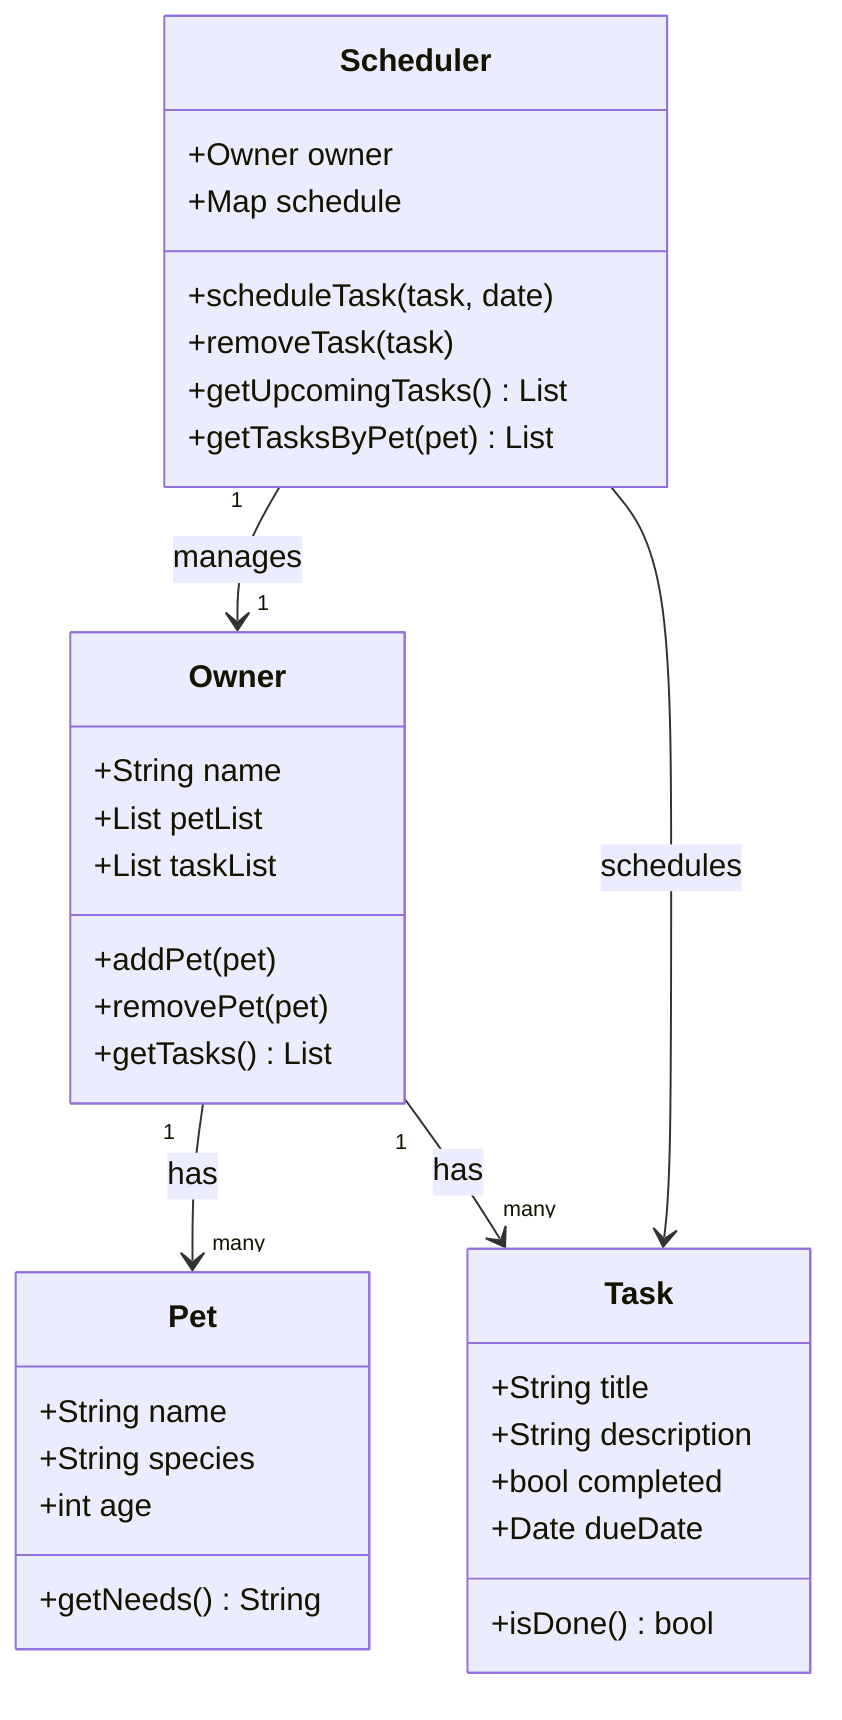
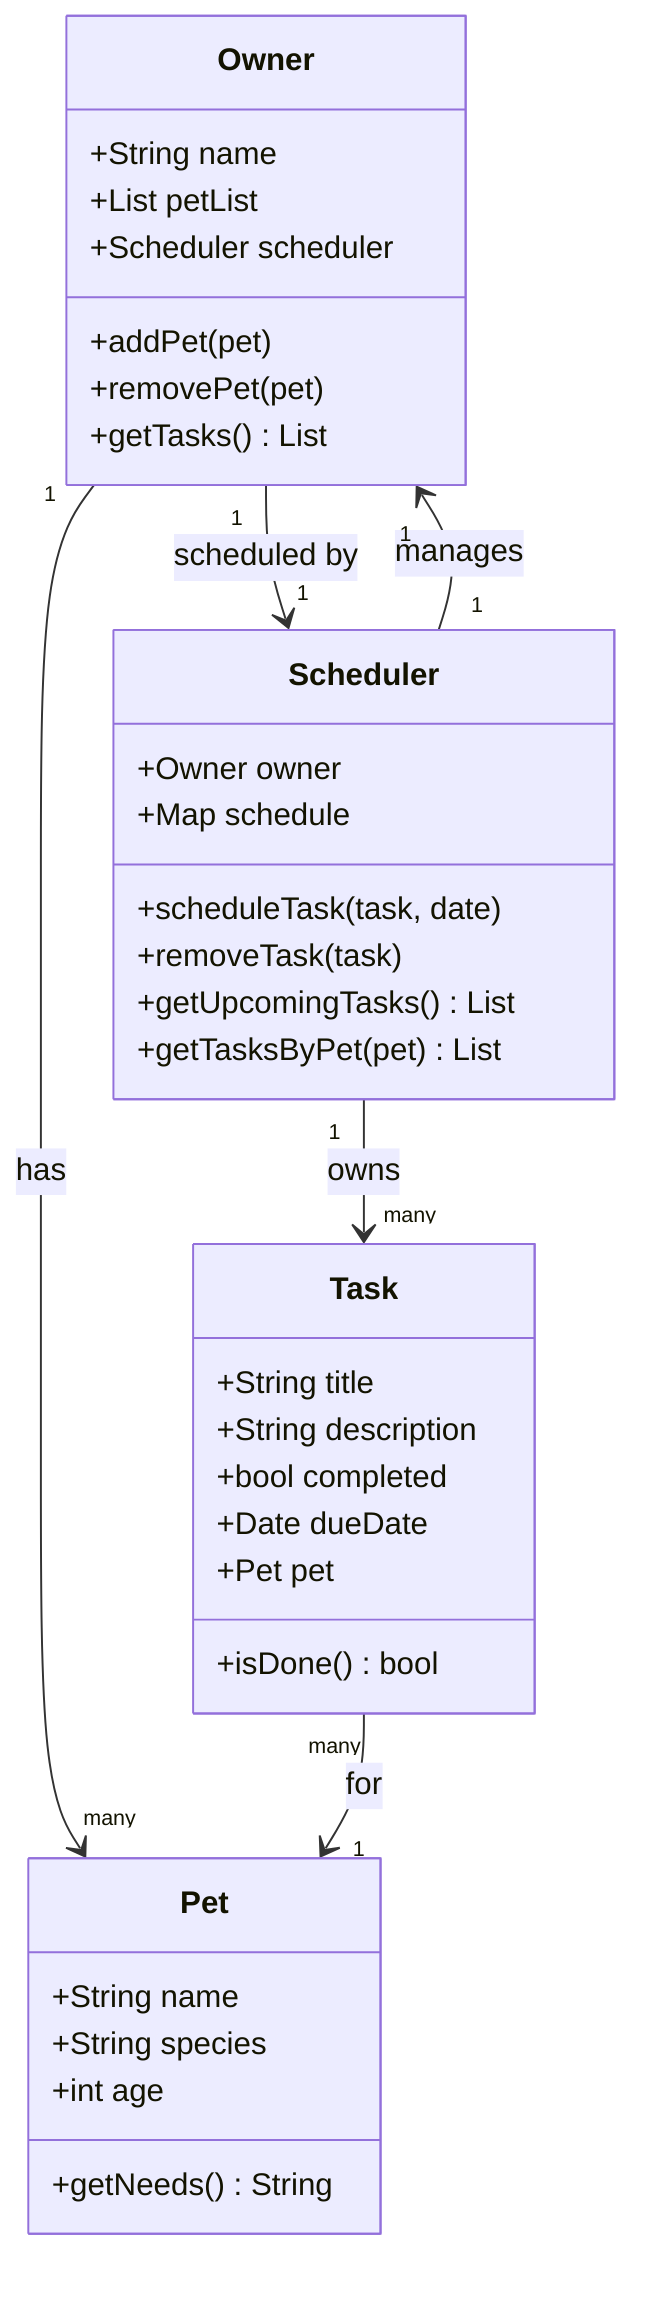
classDiagram
    class Owner {
        +String name
        +List petList
-         +List taskList
+         +Scheduler scheduler
        +addPet(pet)
        +removePet(pet)
        +getTasks() List
    }

    class Pet {
        +String name
        +String species
        +int age
        +getNeeds() String
    }

    class Task {
        +String title
        +String description
        +bool completed
        +Date dueDate
+         +Pet pet
        +isDone() bool
    }

    class Scheduler {
        +Owner owner
        +Map schedule
        +scheduleTask(task, date)
        +removeTask(task)
        +getUpcomingTasks() List
        +getTasksByPet(pet) List
    }

    Owner "1" --> "many" Pet : has
-     Owner "1" --> "many" Task : has
+     Owner "1" --> "1" Scheduler : scheduled by
    Scheduler "1" --> "1" Owner : manages
-     Scheduler --> Task : schedules
+     Scheduler "1" --> "many" Task : owns
+     Task "many" --> "1" Pet : for
